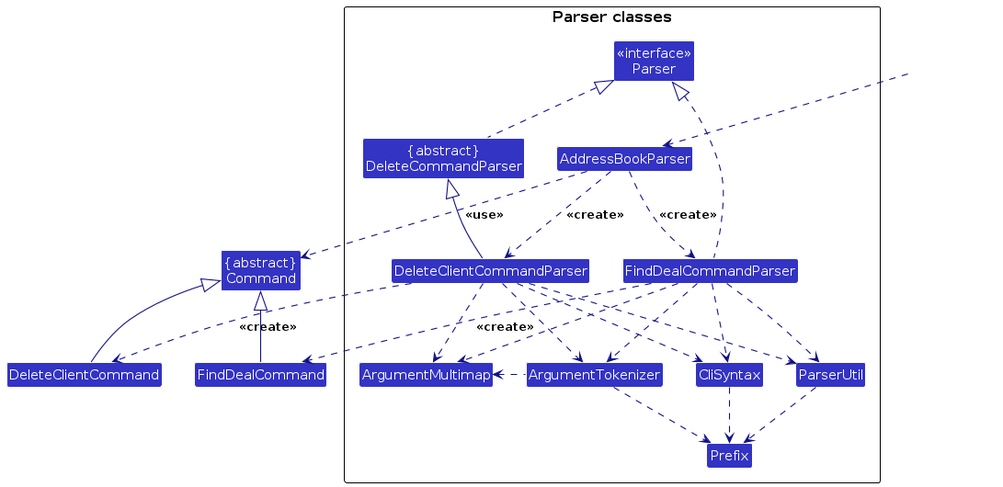
Earlier version of the PlantUML export diagrams/ParserClasses.png (githubcsuser/tp). Its source is kept beside it as diagrams/ParserClasses.puml.
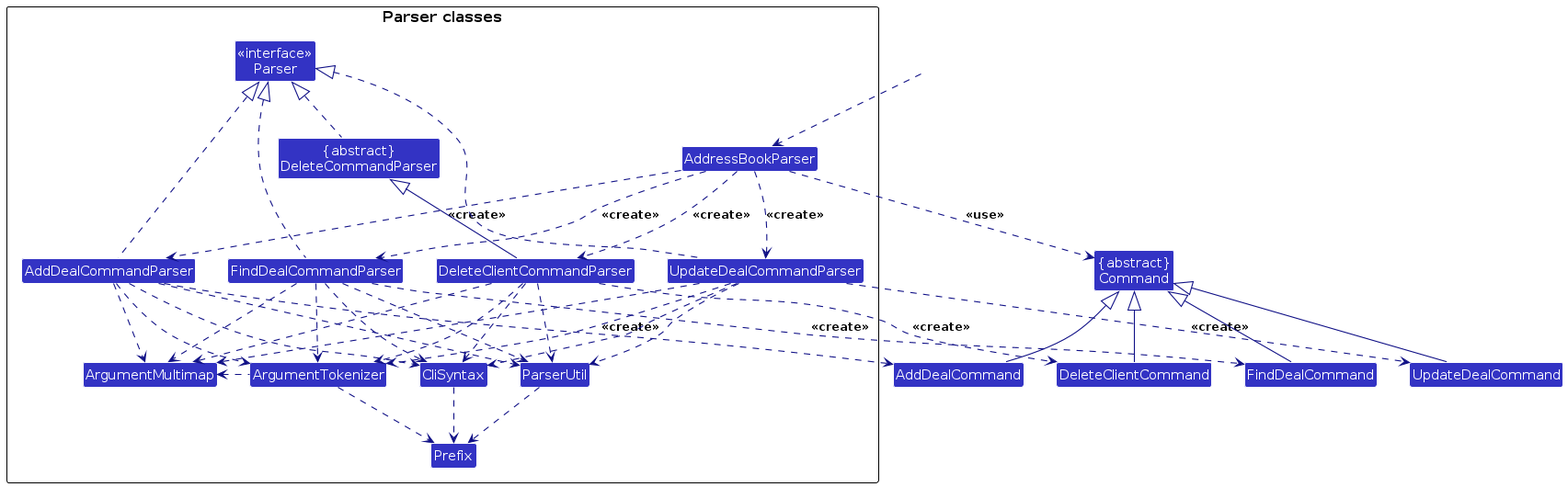
Above is the later version.

Diff of the diagram source:
```diff
@@ -7,11 +7,15 @@
 Class "{abstract}\nCommand" as Command
 Class FindDealCommand
 Class DeleteClientCommand
+Class AddDealCommand
+Class UpdateDealCommand
 
 package "Parser classes" {
 Class "<<interface>>\nParser" as Parser
 Class AddressBookParser
 Class FindDealCommandParser
+Class AddDealCommandParser
+Class UpdateDealCommandParser
 Class DeleteClientCommandParser
 Class "{abstract}\nDeleteCommandParser" as DeleteCommandParser
 Class CliSyntax
@@ -25,32 +29,48 @@
 HiddenOutside ..> AddressBookParser
 
 AddressBookParser .down.> FindDealCommandParser : <<create>>
+AddressBookParser .down.> AddDealCommandParser : <<create>>
+AddressBookParser .down.> UpdateDealCommandParser : <<create>>
 AddressBookParser .down.> DeleteClientCommandParser : <<create>>
 
 FindDealCommandParser ..> FindDealCommand : <<create>>
+AddDealCommandParser ..> AddDealCommand : <<create>>
+UpdateDealCommandParser ..> UpdateDealCommand : <<create>>
 DeleteClientCommandParser ..> DeleteClientCommand : <<create>>
 AddressBookParser ..> Command : <<use>>
 FindDealCommandParser .up.|> Parser
+AddDealCommandParser .up.|> Parser
+UpdateDealCommandParser .up.|> Parser
 DeleteClientCommandParser -up-|> DeleteCommandParser
 DeleteCommandParser .up.|> Parser
 
 FindDealCommandParser ..> ArgumentMultimap
+AddDealCommandParser ..> ArgumentMultimap
+UpdateDealCommandParser ..> ArgumentMultimap
 DeleteClientCommandParser ..> ArgumentMultimap
 
 FindDealCommandParser ..> ArgumentTokenizer
+AddDealCommandParser ..> ArgumentTokenizer
+UpdateDealCommandParser ..> ArgumentTokenizer
 DeleteClientCommandParser ..> ArgumentTokenizer
 
 ArgumentTokenizer .left.> ArgumentMultimap
 
 FindDealCommandParser ..> CliSyntax
+AddDealCommandParser ..> CliSyntax
+UpdateDealCommandParser ..> CliSyntax
 DeleteClientCommandParser ..> CliSyntax
 
 CliSyntax ..> Prefix
 FindDealCommandParser ..> ParserUtil
+AddDealCommandParser ..> ParserUtil
+UpdateDealCommandParser ..> ParserUtil
 DeleteClientCommandParser ..> ParserUtil
 
 ParserUtil .down.> Prefix
 ArgumentTokenizer .down.> Prefix
 FindDealCommand -up-|> Command
+AddDealCommand -up-|> Command
+UpdateDealCommand -up-|> Command
 DeleteClientCommand -up-|> Command
 @enduml
```
